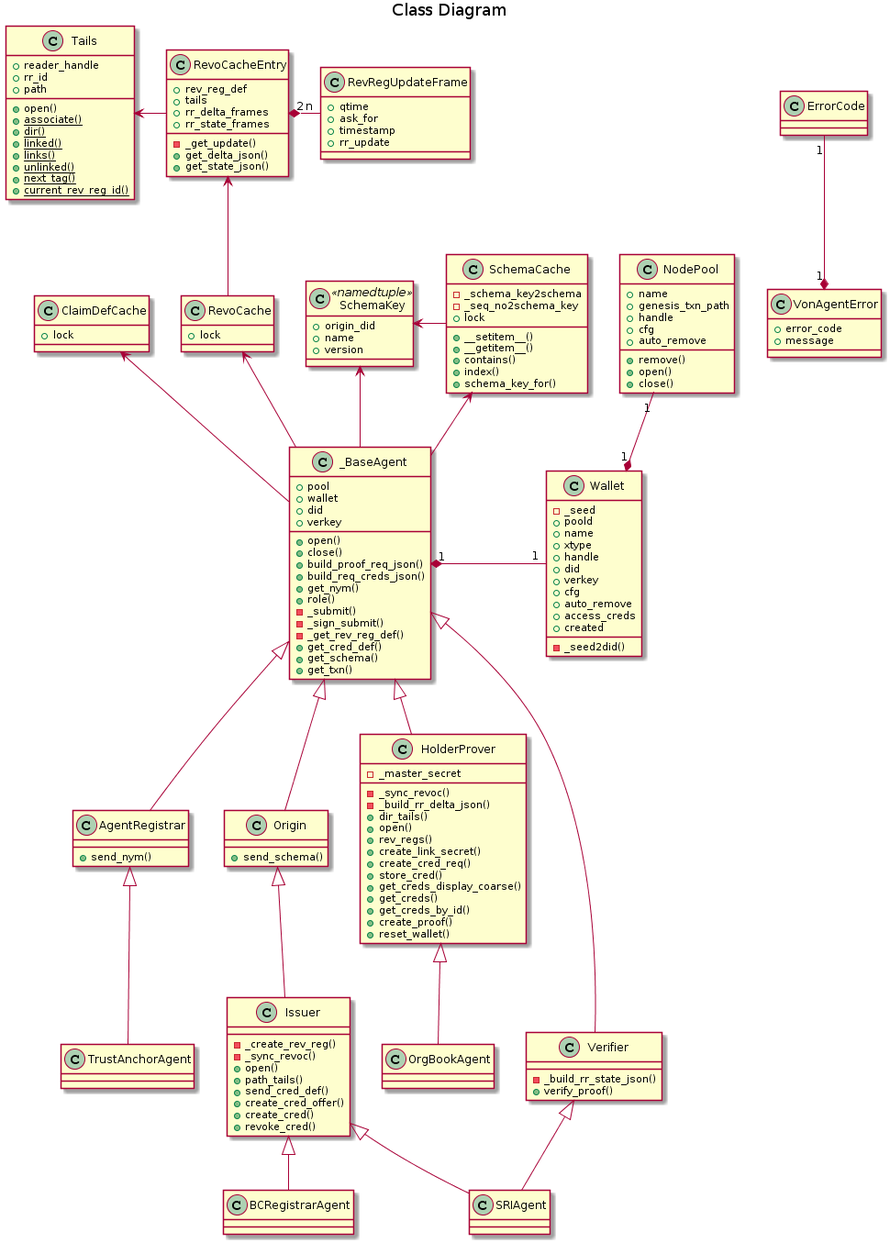
Before: doc/pic/class.png, a diagram exported from PlantUML (PSPC-SPAC-buyandsell/von_base).
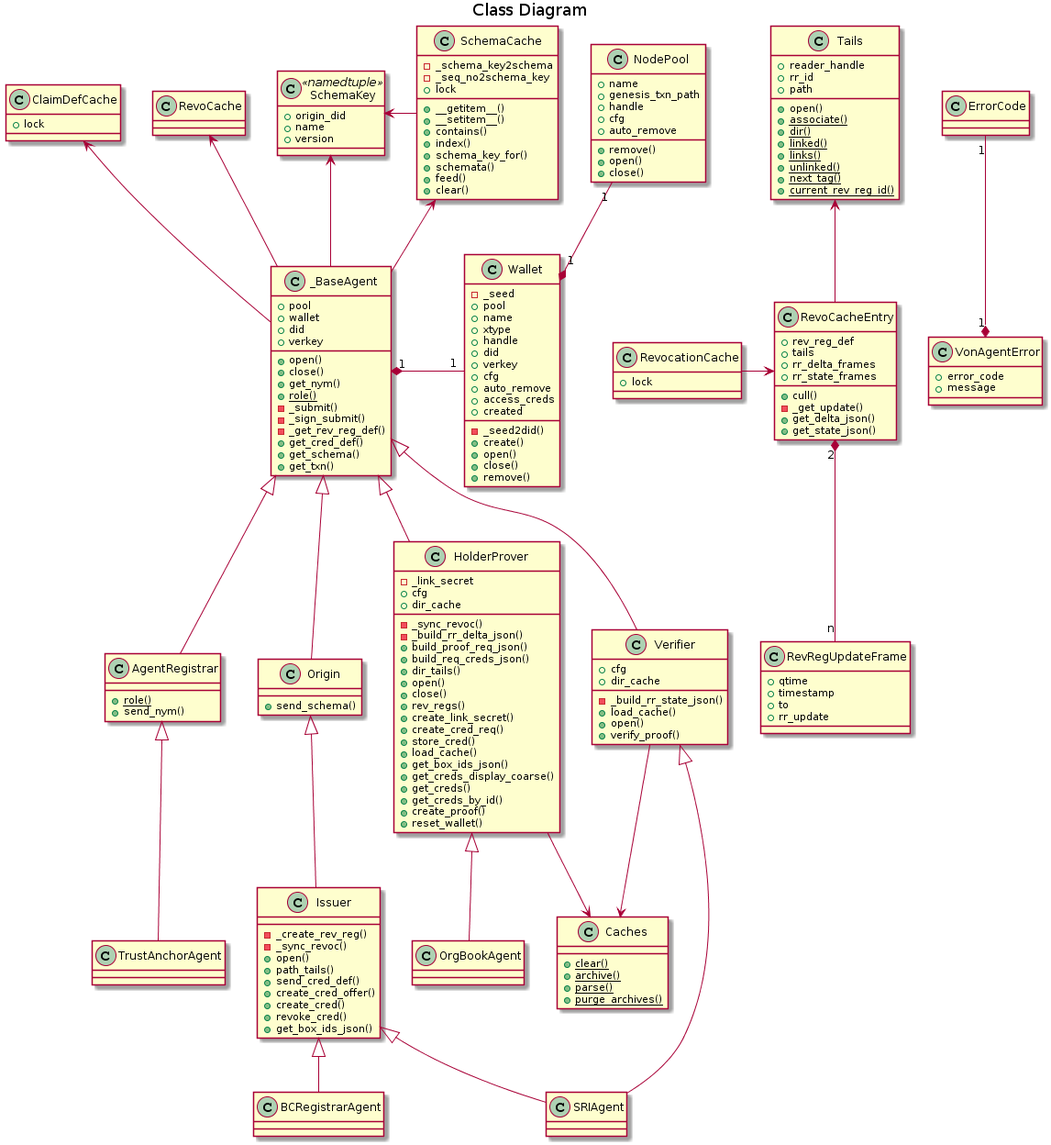
The same diagram one commit later.

Change to the diagram source:
```diff
@@ -20,11 +20,14 @@
     -_schema_key2schema
     -_seq_no2schema_key
     +lock
+    +__getitem__()
     +__setitem__()
-    +__getitem__()
     +contains()
     +index()
     +schema_key_for()
+    +schemata()
+    +feed()
+    +clear()
 }
 
 class ClaimDefCache{
@@ -48,6 +51,7 @@
 class RevoCacheEntry {
     +rev_reg_def
     +tails
+    +cull()
     -_get_update()
     +rr_delta_frames
     +rr_state_frames
@@ -57,19 +61,26 @@
 
 class RevRegUpdateFrame {
     +qtime
-    +ask_for
     +timestamp
+    +to
     +rr_update
 }
 
-class RevoCache{
+class RevocationCache {
     +lock
+}
+
+class Caches {
+    {static} +clear()
+    {static} +archive()
+    {static} +parse()
+    {static} +purge_archives()
 }
 
 class Wallet {
     -_seed2did()
     -_seed
-    +poold
+    +pool
     +name
     +xtype
     +handle
@@ -79,6 +90,10 @@
     +auto_remove
     +access_creds
     +created
+    +create()
+    +open()
+    +close()
+    +remove()
 }
 
 class NodePool {
@@ -99,10 +114,8 @@
     +verkey
     +open()
     +close()
-    +build_proof_req_json()
-    +build_req_creds_json()
     +get_nym()
-    +role()
+    {static} +role()
     -_submit()
     -_sign_submit()
     -_get_rev_reg_def()
@@ -112,6 +125,7 @@
 }
 
 class AgentRegistrar {
+    {static} +role()
     +send_nym()
 }
 
@@ -128,18 +142,26 @@
     +create_cred_offer()
     +create_cred()
     +revoke_cred()
+    +get_box_ids_json()
 }
 
 class HolderProver {
-    -_master_secret
+    -_link_secret
     -_sync_revoc()
     -_build_rr_delta_json()
+    +cfg
+    +dir_cache
+    +build_proof_req_json()
+    +build_req_creds_json()
     +dir_tails()
     +open()
+    +close()
     +rev_regs()
     +create_link_secret()
     +create_cred_req()
     +store_cred()
+    +load_cache()
+    +get_box_ids_json()
     +get_creds_display_coarse()
     +get_creds()
     +get_creds_by_id()
@@ -149,6 +171,10 @@
 
 class Verifier {
     -_build_rr_state_json()
+    +cfg
+    +dir_cache
+    +load_cache()
+    +open()
     +verify_proof()
 }
 
@@ -172,9 +198,9 @@
 _BaseAgent "1" *-right- "1" Wallet
 Wallet "1" *-up- "1" NodePool
 
-RevoCacheEntry -left-> Tails
-RevoCacheEntry "2" *-right- "n" RevRegUpdateFrame
-RevoCache -up-> RevoCacheEntry
+RevoCacheEntry -up-> Tails
+RevoCacheEntry "2" *-down- "n" RevRegUpdateFrame
+RevocationCache -> RevoCacheEntry
 
 _BaseAgent -up-> RevoCache
 
@@ -193,4 +219,7 @@
 Issuer <|-down- BCRegistrarAgent
 
 HolderProver <|-down- OrgBookAgent
+
+HolderProver --> Caches
+Verifier --> Caches
 @enduml
```
